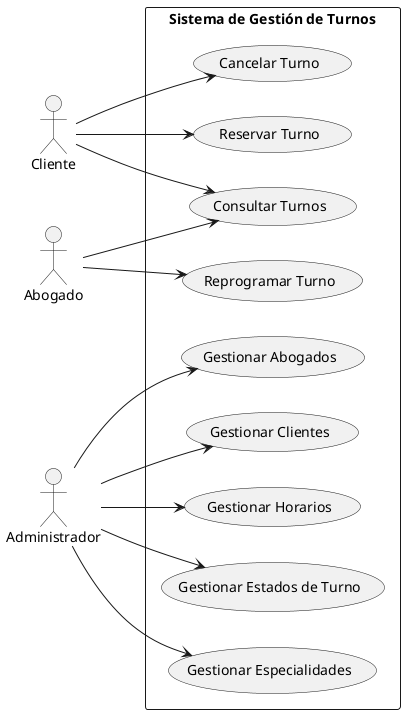
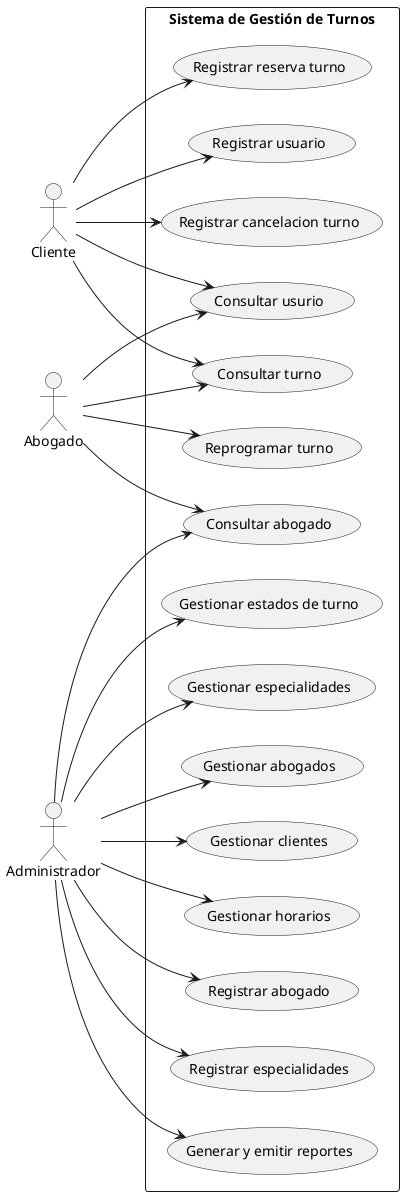
@startuml CasoUsoTurnos

left to right direction
actor Cliente
actor Abogado
actor "Administrador" as Admin

rectangle "Sistema de Gestión de Turnos" {

-   (Reservar Turno) as reservar
-   (Cancelar Turno) as cancelar
-   (Consultar Turnos) as consultar
-   (Gestionar Estados de Turno) as estados
-   (Gestionar Especialidades) as especialidad
-   (Gestionar Abogados) as gestAbogado
-   (Gestionar Clientes) as gestCliente
-   (Gestionar Horarios) as gestHorarios
-   (Reprogramar Turno) as repro
+   (Registrar reserva turno) as reservar
+   (Registrar usuario) as registrar
+   (Registrar cancelacion turno) as cancelar
+   (Consultar turno) as consultar
+   (Gestionar estados de turno) as estados
+   (Gestionar especialidades) as especialidad
+   (Gestionar abogados) as gestAbogado
+   (Gestionar clientes) as gestCliente
+   (Gestionar horarios) as gestHorarios
+   (Reprogramar turno) as repro
+   (Consultar usurio) as consultarUsuario
+   (Generar y emitir reportes) as reportes
+   (Registrar abogado) as registrarAbogado
+   (Consultar abogado) as consultarAbogado
+   (Registrar especialidades) as registrarEspecialidad
}

Cliente --> reservar
+ Cliente --> registrar
Cliente --> cancelar
Cliente --> consultar
- 
+ Cliente --> consultarUsuario

Abogado --> consultar
Abogado --> repro
+ Abogado --> consultarUsuario
+ Abogado --> consultarAbogado
+ 

Admin --> gestAbogado
Admin --> gestCliente
Admin --> especialidad
Admin --> estados
Admin --> gestHorarios
+ Admin --> reportes
+ Admin --> registrarAbogado
+ Admin --> consultarAbogado
+ Admin --> registrarEspecialidad
+ 
+ 
@enduml
